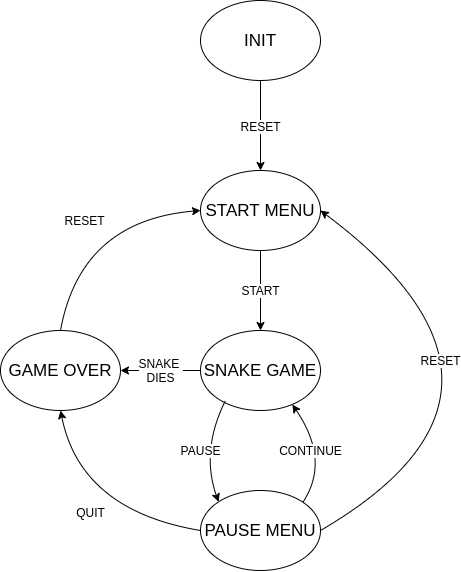
Before: img/state machine.png, a diagram exported from draw.io (FXGO98/SELE_LCD_Nokia_Task). Source tidied: cells renumbered, new cells last; positions are measured from the earlier drawing's top-left corner, leaving out a move shared by most shapes.
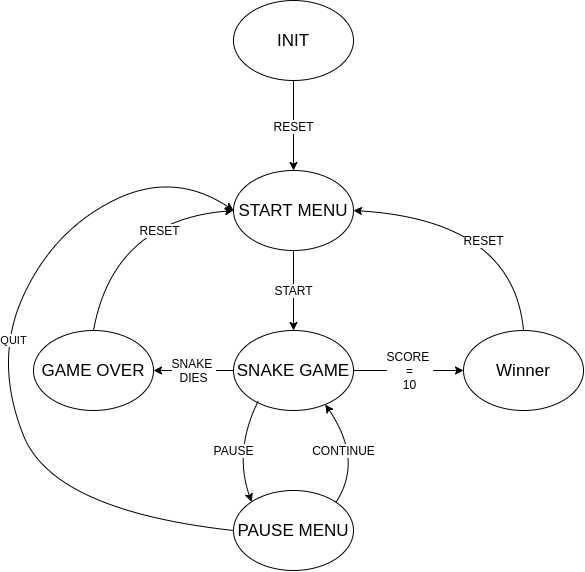
After the commit.

Commit message:
Adding winner function

Change to the diagram source:
```diff
@@ -38,22 +38,8 @@
         </Array>
       </mxGeometry>
     </mxCell>
-    <mxCell id="11" value="&lt;font style=&quot;font-size: 12px&quot;&gt;RESET&lt;/font&gt;" style="endArrow=classic;html=1;exitX=1;exitY=0.5;exitDx=0;exitDy=0;entryX=1;entryY=0.5;entryDx=0;entryDy=0;curved=1;" parent="1" edge="1" source="5" target="3">
-      <mxGeometry x="0.36" y="48" relative="1" as="geometry">
-        <Array as="points">
-          <mxPoint x="560" y="390" />
-        </Array>
-      </mxGeometry>
-    </mxCell>
-    <mxCell id="12" value="&lt;font style=&quot;font-size: 12px&quot;&gt;QUIT&lt;/font&gt;" style="endArrow=classic;html=1;exitX=0;exitY=0.5;exitDx=0;exitDy=0;entryX=0.5;entryY=1;entryDx=0;entryDy=0;curved=1;" parent="1" edge="1" source="5" target="6">
-      <mxGeometry relative="1" as="geometry">
-        <Array as="points">
-          <mxPoint x="80" y="510" />
-        </Array>
-      </mxGeometry>
-    </mxCell>
     <mxCell id="13" value="&lt;font style=&quot;font-size: 12px&quot;&gt;RESET&lt;/font&gt;" style="endArrow=classic;html=1;exitX=0.5;exitY=0;exitDx=0;exitDy=0;entryX=0;entryY=0.5;entryDx=0;entryDy=0;curved=1;" parent="1" edge="1" source="6" target="3">
-      <mxGeometry relative="1" as="geometry">
+      <mxGeometry x="0.36" y="-14" relative="1" as="geometry">
         <Array as="points">
           <mxPoint x="80" y="220" />
         </Array>
@@ -62,5 +48,40 @@
     <mxCell id="14" value="&lt;font style=&quot;font-size: 12px&quot;&gt;SNAKE &lt;br&gt;DIES&lt;/font&gt;" style="endArrow=classic;html=1;exitX=0;exitY=0.5;exitDx=0;exitDy=0;entryX=1;entryY=0.5;entryDx=0;entryDy=0;" parent="1" edge="1" source="4" target="6">
       <mxGeometry relative="1" as="geometry" />
     </mxCell>
+    <mxCell id="15" value="&lt;font style=&quot;font-size: 17px&quot;&gt;Winner&lt;/font&gt;" style="ellipse;whiteSpace=wrap;html=1;" parent="1" vertex="1">
+      <mxGeometry x="430" y="330" width="120" height="80" as="geometry" />
+    </mxCell>
+    <mxCell id="16" value="&lt;font style=&quot;font-size: 12px&quot;&gt;SCORE &lt;br&gt;=&lt;br&gt;10&lt;/font&gt;" style="endArrow=classic;html=1;exitX=1;exitY=0.5;exitDx=0;exitDy=0;entryX=0;entryY=0.5;entryDx=0;entryDy=0;" parent="1" edge="1" source="4" target="15">
+      <mxGeometry relative="1" as="geometry" />
+    </mxCell>
+    <mxCell id="11" value="&lt;font style=&quot;font-size: 12px&quot;&gt;RESET&lt;/font&gt;" style="endArrow=classic;html=1;exitX=0.5;exitY=0;exitDx=0;exitDy=0;entryX=1;entryY=0.5;entryDx=0;entryDy=0;curved=1;" parent="1" edge="1" source="15" target="3">
+      <mxGeometry x="0.03" y="22" relative="1" as="geometry">
+        <Array as="points">
+          <mxPoint x="480" y="220" />
+        </Array>
+        <mxPoint x="-1" as="offset" />
+      </mxGeometry>
+    </mxCell>
+    <mxCell id="17" style="endArrow=classic;html=1;exitX=0;exitY=0.5;exitDx=0;exitDy=0;entryX=0;entryY=0.5;entryDx=0;entryDy=0;strokeColor=none;curved=1;" parent="1" edge="1" source="5" target="3">
+      <mxGeometry relative="1" as="geometry">
+        <Array as="points">
+          <mxPoint x="140" y="600" />
+          <mxPoint x="-40" y="400" />
+          <mxPoint x="30" y="220" />
+          <mxPoint x="150" y="170" />
+        </Array>
+      </mxGeometry>
+    </mxCell>
+    <mxCell id="12" value="QUIT" style="endArrow=classic;html=1;exitX=0;exitY=0.5;exitDx=0;exitDy=0;entryX=0;entryY=0.5;entryDx=0;entryDy=0;curved=1;" parent="1" edge="1" source="5" target="3">
+      <mxGeometry x="0.07" y="-10" relative="1" as="geometry">
+        <Array as="points">
+          <mxPoint x="20" y="510" />
+          <mxPoint x="-40" y="360" />
+          <mxPoint x="20" y="230" />
+          <mxPoint x="140" y="170" />
+        </Array>
+        <mxPoint y="-1" as="offset" />
+      </mxGeometry>
+    </mxCell>
   </root>
 </mxGraphModel>
```
